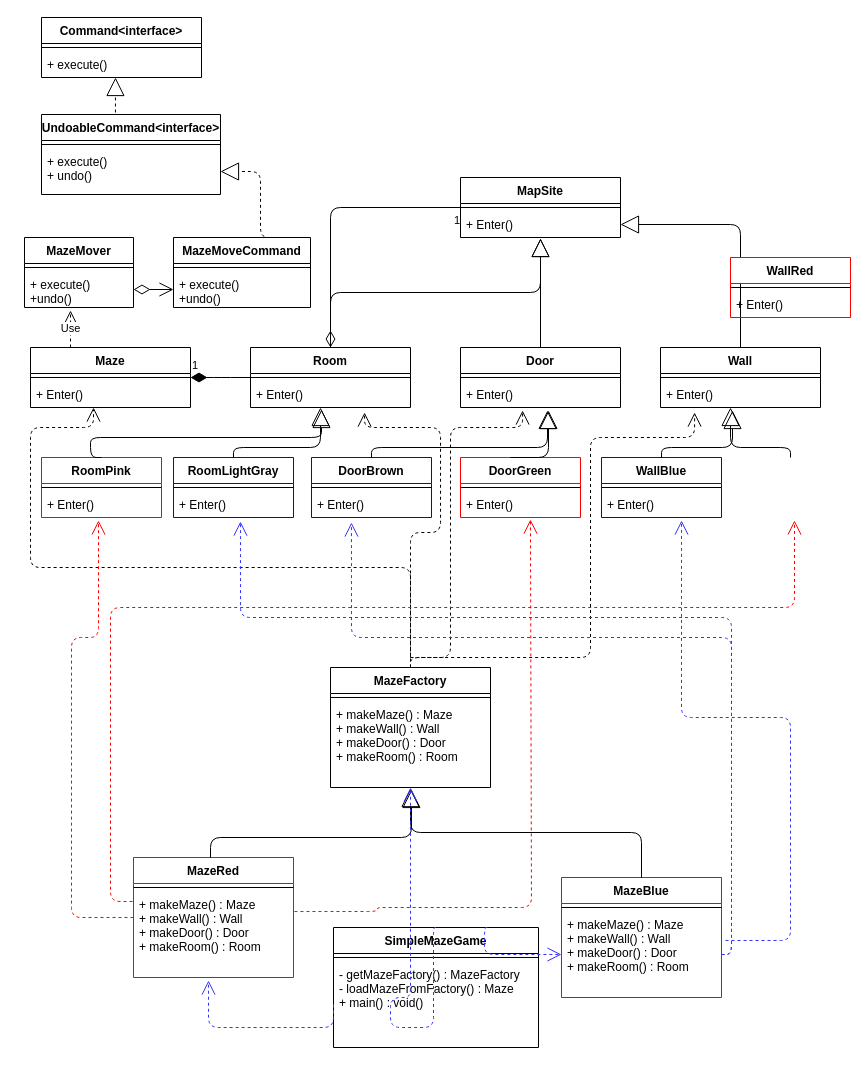
parveshj/SE575 keeps this draw.io diagram as Maze - Abstract Factory Prototype Command.drawio. Above is the earlier version. Source tidied: cells renumbered, new cells numbered last; positions are measured from the earlier drawing's top-left corner, leaving out a move shared by most shapes. Both pictures are drawn from the tidied source at 100%, with x=0, y=0 at pixel (24, 17).
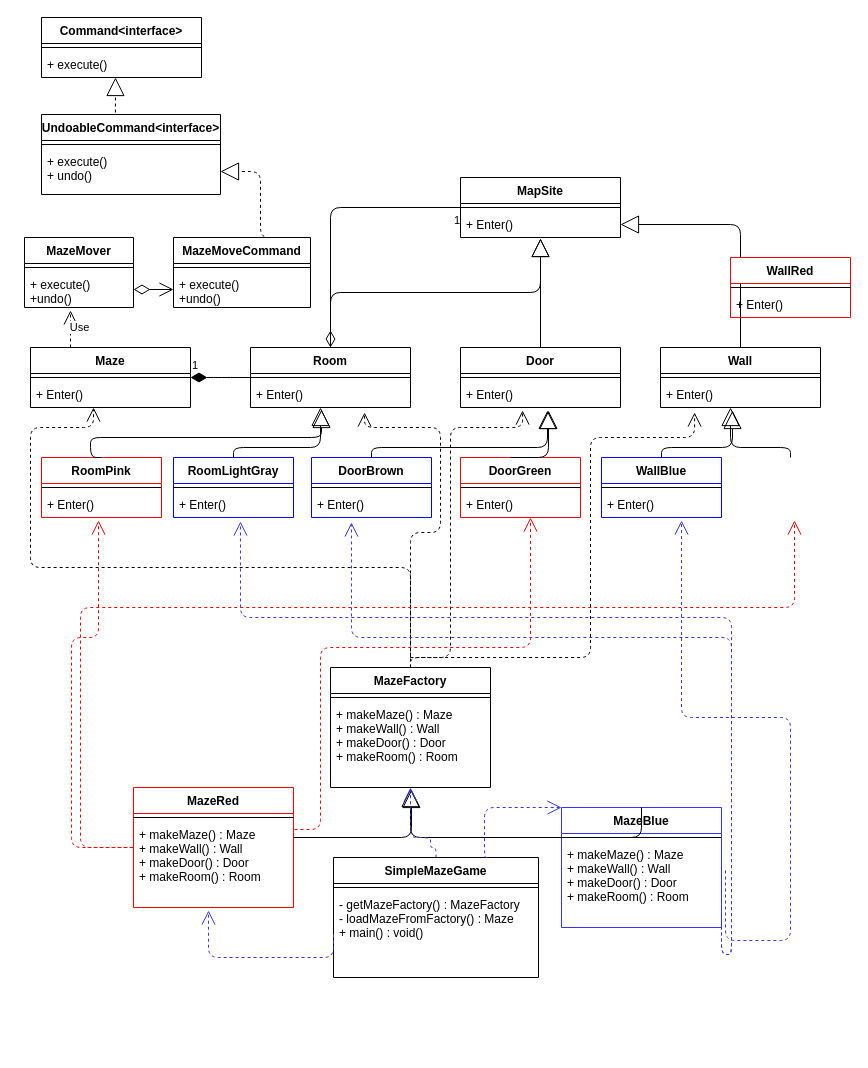
Above is the later version.

Unchanged cells that the change refers to:
```xml
<mxCell id="14" value="Maze" style="swimlane;fontStyle=1;align=center;verticalAlign=top;horizontal=1;startSize=26;" parent="1" vertex="1">
  <mxGeometry x="6" y="330" width="160" height="60" as="geometry" />
</mxCell>
<mxCell id="25" value="+ makeMaze() : Maze&#10;+ makeWall() : Wall&#10;+ makeDoor() : Door&#10;+ makeRoom() : Room" style="text;strokeColor=none;fillColor=none;align=left;verticalAlign=top;spacingLeft=4;spacingRight=4;overflow=hidden;points=[[0,0.5],[1,0.5]];portConstraint=eastwest;" parent="23" vertex="1">
  <mxGeometry y="34" width="160" height="86" as="geometry" />
</mxCell>
<mxCell id="28" value="+ makeMaze() : Maze&#10;+ makeWall() : Wall&#10;+ makeDoor() : Door&#10;+ makeRoom() : Room" style="text;strokeColor=none;fillColor=none;align=left;verticalAlign=top;spacingLeft=4;spacingRight=4;overflow=hidden;points=[[0,0.5],[1,0.5]];portConstraint=eastwest;" parent="26" vertex="1">
  <mxGeometry y="34" width="160" height="86" as="geometry" />
</mxCell>
<mxCell id="31" value="+ makeMaze() : Maze&#10;+ makeWall() : Wall&#10;+ makeDoor() : Door&#10;+ makeRoom() : Room" style="text;strokeColor=none;fillColor=none;align=left;verticalAlign=top;spacingLeft=4;spacingRight=4;overflow=hidden;points=[[0,0.5],[1,0.5]];portConstraint=eastwest;" parent="29" vertex="1">
  <mxGeometry y="34" width="160" height="86" as="geometry" />
</mxCell>
<mxCell id="36" value="+ Enter()" style="text;strokeColor=none;fillColor=none;align=left;verticalAlign=top;spacingLeft=4;spacingRight=4;overflow=hidden;points=[[0,0.5],[1,0.5]];portConstraint=eastwest;" parent="34" vertex="1">
  <mxGeometry y="34" width="120" height="26" as="geometry" />
</mxCell>
<mxCell id="45" value="+ Enter()" style="text;strokeColor=none;fillColor=none;align=left;verticalAlign=top;spacingLeft=4;spacingRight=4;overflow=hidden;points=[[0,0.5],[1,0.5]];portConstraint=eastwest;" parent="43" vertex="1">
  <mxGeometry y="34" width="120" height="26" as="geometry" />
</mxCell>
<mxCell id="70" value="- getMazeFactory() : MazeFactory&#10;- loadMazeFromFactory() : Maze&#10;+ main() : void()" style="text;strokeColor=none;fillColor=none;align=left;verticalAlign=top;spacingLeft=4;spacingRight=4;overflow=hidden;points=[[0,0.5],[1,0.5]];portConstraint=eastwest;" parent="68" vertex="1">
  <mxGeometry y="34" width="205" height="86" as="geometry" />
</mxCell>
<mxCell id="88" value="+ execute()&#10;+undo()" style="text;strokeColor=none;fillColor=none;align=left;verticalAlign=top;spacingLeft=4;spacingRight=4;overflow=hidden;points=[[0,0.5],[1,0.5]];portConstraint=eastwest;" parent="86" vertex="1">
  <mxGeometry y="34" width="109" height="36" as="geometry" />
</mxCell>
```

Diff of the diagram source:
```diff
@@
     <mxCell id="26" value="MazeRed" style="swimlane;fontStyle=1;align=center;verticalAlign=top;horizontal=1;startSize=26;strokeColor=#FF0000;" parent="1" vertex="1">
-      <mxGeometry x="109" y="840" width="160" height="120" as="geometry" />
+      <mxGeometry x="109" y="770" width="160" height="120" as="geometry" />
     </mxCell>
@@
     <mxCell id="29" value="MazeBlue" style="swimlane;fontStyle=1;align=center;verticalAlign=top;horizontal=1;startSize=26;strokeColor=#3333FF;" parent="1" vertex="1">
-      <mxGeometry x="537" y="860" width="160" height="120" as="geometry" />
+      <mxGeometry x="537" y="790" width="160" height="120" as="geometry" />
     </mxCell>
@@
     <mxCell id="32" style="endArrow=block;endSize=16;endFill=0;html=1;exitX=0.5;exitY=0;exitDx=0;exitDy=0;edgeStyle=orthogonalEdgeStyle;entryX=0.5;entryY=1.012;entryDx=0;entryDy=0;entryPerimeter=0;" parent="1" edge="1" source="29" target="25">
-      <mxGeometry relative="1" as="geometry" />
+      <mxGeometry relative="1" as="geometry">
+        <Array as="points">
+          <mxPoint x="617" y="820" />
+          <mxPoint x="386" y="820" />
+        </Array>
+      </mxGeometry>
     </mxCell>
@@
     <mxCell id="62" style="endArrow=open;endSize=12;dashed=1;html=1;edgeStyle=orthogonalEdgeStyle;entryX=0.475;entryY=1.115;entryDx=0;entryDy=0;entryPerimeter=0;exitX=0;exitY=0.5;exitDx=0;exitDy=0;strokeColor=#FF0000;" parent="1" edge="1" source="26" target="36">
       <mxGeometry relative="1" as="geometry">
         <Array as="points">
-          <mxPoint x="47" y="900" />
+          <mxPoint x="47" y="830" />
           <mxPoint x="47" y="620" />
           <mxPoint x="74" y="620" />
         </Array>
       </mxGeometry>
     </mxCell>
-    <mxCell id="63" style="endArrow=open;endSize=12;dashed=1;html=1;edgeStyle=orthogonalEdgeStyle;exitX=-0.006;exitY=0.116;exitDx=0;exitDy=0;exitPerimeter=0;entryX=0.533;entryY=1.115;entryDx=0;entryDy=0;entryPerimeter=0;strokeColor=#FF0000;" parent="1" edge="1" source="28">
+    <mxCell id="63" style="endArrow=open;endSize=12;dashed=1;html=1;edgeStyle=orthogonalEdgeStyle;entryX=0.533;entryY=1.115;entryDx=0;entryDy=0;entryPerimeter=0;strokeColor=#FF0000;" parent="1" edge="1">
       <mxGeometry relative="1" as="geometry">
+        <mxPoint x="108" y="830" as="sourcePoint" />
         <mxPoint x="770" y="503" as="targetPoint" />
         <Array as="points">
-          <mxPoint x="86" y="884" />
-          <mxPoint x="86" y="590" />
+          <mxPoint x="56" y="830" />
+          <mxPoint x="56" y="590" />
           <mxPoint x="770" y="590" />
         </Array>
       </mxGeometry>
     </mxCell>
-    <mxCell id="64" style="endArrow=open;endSize=12;dashed=1;html=1;edgeStyle=orthogonalEdgeStyle;exitX=1.006;exitY=0.233;exitDx=0;exitDy=0;exitPerimeter=0;entryX=0.583;entryY=1.077;entryDx=0;entryDy=0;entryPerimeter=0;strokeColor=#FF0000;" parent="1" edge="1" source="28" target="45">
+    <mxCell id="64" style="endArrow=open;endSize=12;dashed=1;html=1;edgeStyle=orthogonalEdgeStyle;exitX=1.006;exitY=0.233;exitDx=0;exitDy=0;exitPerimeter=0;strokeColor=#FF0000;" parent="1" edge="1">
       <mxGeometry relative="1" as="geometry">
+        <mxPoint x="270" y="812" as="sourcePoint" />
+        <mxPoint x="506" y="500" as="targetPoint" />
         <Array as="points">
-          <mxPoint x="353" y="894" />
-          <mxPoint x="353" y="890" />
-          <mxPoint x="507" y="890" />
+          <mxPoint x="296" y="812" />
+          <mxPoint x="296" y="630" />
+          <mxPoint x="506" y="630" />
         </Array>
       </mxGeometry>
     </mxCell>
@@
     <mxCell id="68" value="SimpleMazeGame" style="swimlane;fontStyle=1;align=center;verticalAlign=top;horizontal=1;startSize=26;" parent="1" vertex="1">
-      <mxGeometry x="309" y="910" width="205" height="120" as="geometry" />
+      <mxGeometry x="309" y="840" width="205" height="120" as="geometry" />
     </mxCell>
@@
     <mxCell id="71" style="endArrow=open;endSize=12;dashed=1;html=1;strokeColor=#3333FF;exitX=0;exitY=0.5;exitDx=0;exitDy=0;entryX=0.469;entryY=1.035;entryDx=0;entryDy=0;entryPerimeter=0;edgeStyle=orthogonalEdgeStyle;" parent="1" edge="1" source="70" target="28">
       <mxGeometry relative="1" as="geometry">
         <Array as="points">
-          <mxPoint x="309" y="1010" />
-          <mxPoint x="184" y="1010" />
+          <mxPoint x="309" y="940" />
+          <mxPoint x="184" y="940" />
         </Array>
       </mxGeometry>
     </mxCell>
     <mxCell id="72" style="endArrow=open;endSize=12;dashed=1;html=1;strokeColor=#3333FF;exitX=0.5;exitY=0;exitDx=0;exitDy=0;edgeStyle=orthogonalEdgeStyle;" parent="1" edge="1" source="68">
       <mxGeometry relative="1" as="geometry">
         <mxPoint x="386" y="770" as="targetPoint" />
         <Array as="points">
-          <mxPoint x="409" y="1010" />
-          <mxPoint x="366" y="1010" />
-          <mxPoint x="366" y="980" />
-          <mxPoint x="386" y="980" />
+          <mxPoint x="412" y="830" />
+          <mxPoint x="406" y="830" />
+          <mxPoint x="406" y="820" />
+          <mxPoint x="386" y="820" />
         </Array>
       </mxGeometry>
     </mxCell>
-    <mxCell id="73" style="endArrow=open;endSize=12;dashed=1;html=1;strokeColor=#3333FF;exitX=0.75;exitY=0;exitDx=0;exitDy=0;edgeStyle=orthogonalEdgeStyle;entryX=0;entryY=0.5;entryDx=0;entryDy=0;" parent="1" edge="1" source="68" target="31">
+    <mxCell id="73" style="endArrow=open;endSize=12;dashed=1;html=1;strokeColor=#3333FF;exitX=0.75;exitY=0;exitDx=0;exitDy=0;edgeStyle=orthogonalEdgeStyle;" parent="1" edge="1" source="68">
       <mxGeometry relative="1" as="geometry">
+        <mxPoint x="537" y="790" as="targetPoint" />
         <Array as="points">
-          <mxPoint x="460" y="937" />
+          <mxPoint x="460" y="840" />
+          <mxPoint x="460" y="790" />
+          <mxPoint x="537" y="790" />
         </Array>
       </mxGeometry>
     </mxCell>
@@
     <mxCell id="89" value="Use" style="endArrow=open;endSize=12;dashed=1;html=1;exitX=0.25;exitY=0;exitDx=0;exitDy=0;entryX=0.422;entryY=1.083;entryDx=0;entryDy=0;entryPerimeter=0;" parent="1" edge="1" source="14" target="88">
-      <mxGeometry relative="1" as="geometry" />
+      <mxGeometry x="0.08" y="-9" relative="1" as="geometry" />
     </mxCell>
```
